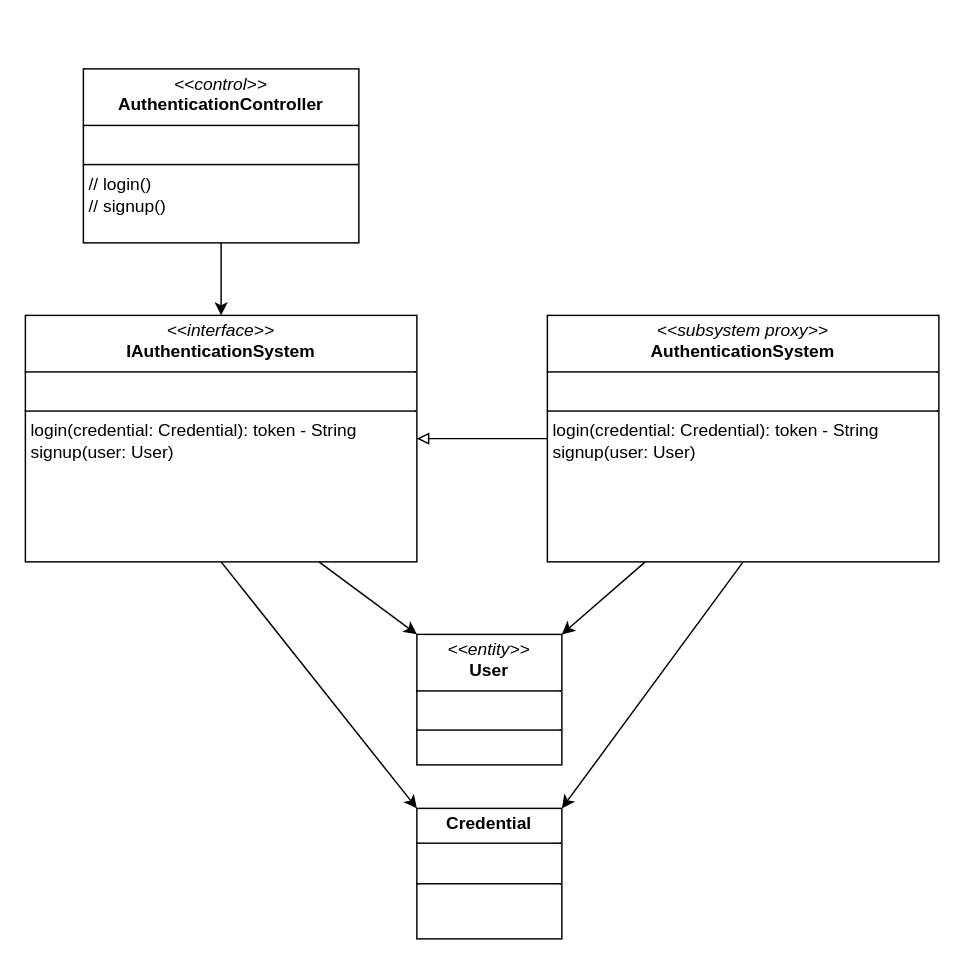
Above: authentication_subsystem.drawio in tenmo2003/OOAD (draw.io), before the change. Source tidied: cells renumbered, new cells numbered last; positions are measured from the earlier drawing's top-left corner, leaving out a move shared by most shapes. Both pictures are drawn from the tidied source at 145%, with x=0, y=0 at pixel (25, 68).
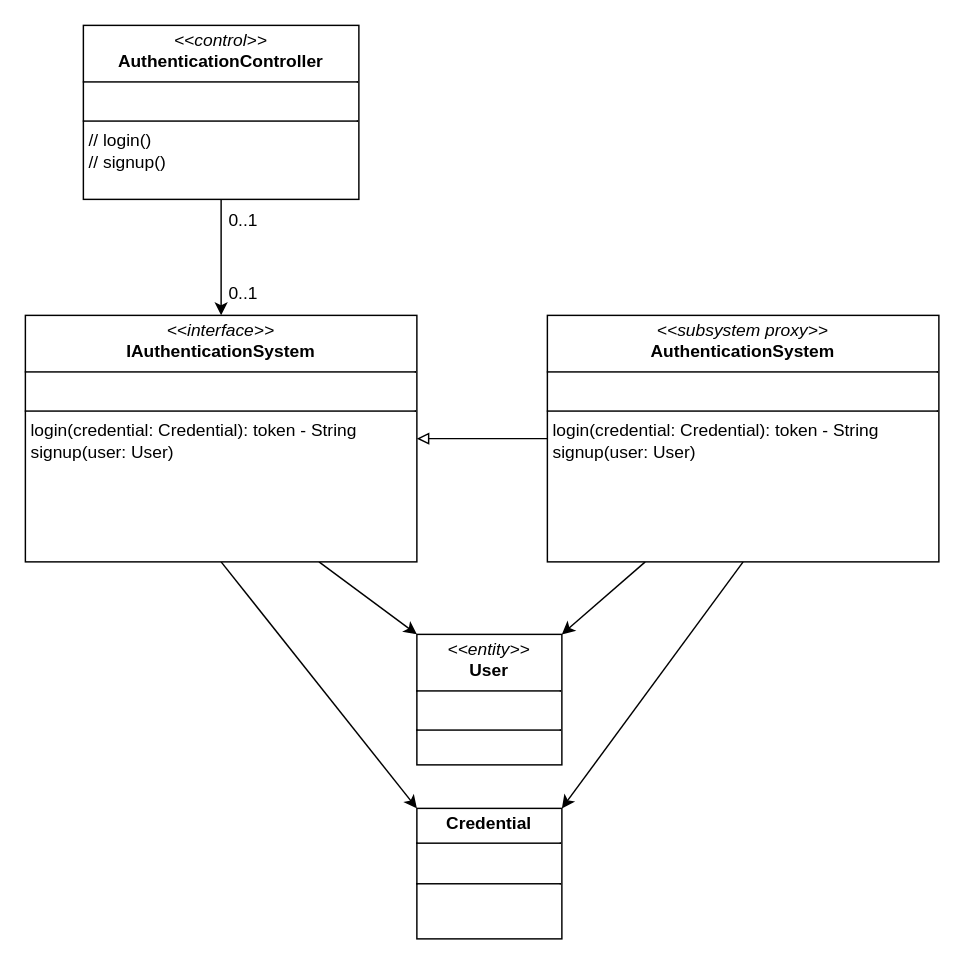
After the change.

What changed in the source:
```diff
@@
 <mxGraphModel>
   <root>
     <mxCell id="0" />
     <mxCell id="1" parent="0" />
     <mxCell id="2" style="edgeStyle=orthogonalEdgeStyle;rounded=0;jettySize=auto;html=1;exitX=0.5;exitY=1;exitDx=0;exitDy=0;entryX=0.5;entryY=0;entryDx=0;entryDy=0;" parent="1" edge="1" source="3" target="6">
       <mxGeometry relative="1" as="geometry" />
     </mxCell>
     <mxCell id="3" value="&lt;p style=&quot;margin:0px;margin-top:4px;text-align:center;&quot;&gt;&lt;i&gt;&amp;lt;&amp;lt;control&amp;gt;&amp;gt;&lt;/i&gt;&lt;br&gt;&lt;b&gt;AuthenticationController&lt;/b&gt;&lt;/p&gt;&lt;hr size=&quot;1&quot; style=&quot;border-style:solid;&quot;&gt;&lt;p style=&quot;margin:0px;margin-left:4px;&quot;&gt;&lt;br&gt;&lt;/p&gt;&lt;hr size=&quot;1&quot; style=&quot;border-style:solid;&quot;&gt;&lt;p style=&quot;margin:0px;margin-left:4px;&quot;&gt;// login()&lt;/p&gt;&lt;p style=&quot;margin:0px;margin-left:4px;&quot;&gt;// signup()&lt;/p&gt;" style="verticalAlign=top;align=left;overflow=fill;html=1;whiteSpace=wrap;" parent="1" vertex="1">
-      <mxGeometry x="40" width="190" height="120" as="geometry" />
+      <mxGeometry x="40" y="-30" width="190" height="120" as="geometry" />
     </mxCell>
     <mxCell id="4" style="rounded=0;jettySize=auto;html=1;exitX=0.75;exitY=1;exitDx=0;exitDy=0;entryX=0;entryY=0;entryDx=0;entryDy=0;" parent="1" edge="1" source="6" target="11">
       <mxGeometry relative="1" as="geometry" />
     </mxCell>
     <mxCell id="5" style="rounded=0;jettySize=auto;html=1;exitX=0.5;exitY=1;exitDx=0;exitDy=0;entryX=0;entryY=0;entryDx=0;entryDy=0;" parent="1" edge="1" source="6" target="12">
       <mxGeometry relative="1" as="geometry" />
     </mxCell>
     <mxCell id="6" value="&lt;p style=&quot;margin:0px;margin-top:4px;text-align:center;&quot;&gt;&lt;i&gt;&amp;lt;&amp;lt;interface&amp;gt;&amp;gt;&lt;/i&gt;&lt;br&gt;&lt;b&gt;IAuthenticationSystem&lt;/b&gt;&lt;/p&gt;&lt;hr size=&quot;1&quot; style=&quot;border-style:solid;&quot;&gt;&lt;p style=&quot;margin:0px;margin-left:4px;&quot;&gt;&lt;br&gt;&lt;/p&gt;&lt;hr size=&quot;1&quot; style=&quot;border-style:solid;&quot;&gt;&lt;p style=&quot;margin:0px;margin-left:4px;&quot;&gt;&lt;span id=&quot;selected_text&quot;&gt;&lt;/span&gt;login(credential: Credential): token - String&lt;/p&gt;&lt;p style=&quot;margin:0px;margin-left:4px;&quot;&gt;signup(user: User)&lt;/p&gt;" style="verticalAlign=top;align=left;overflow=fill;html=1;whiteSpace=wrap;" parent="1" vertex="1">
       <mxGeometry y="170" width="270" height="170" as="geometry" />
     </mxCell>
     <mxCell id="7" style="edgeStyle=orthogonalEdgeStyle;rounded=0;jettySize=auto;html=1;exitX=0;exitY=0.5;exitDx=0;exitDy=0;entryX=1;entryY=0.5;entryDx=0;entryDy=0;endArrow=block;endFill=0;strokeWidth=1;" parent="1" edge="1" source="10" target="6">
       <mxGeometry relative="1" as="geometry" />
     </mxCell>
     <mxCell id="8" style="rounded=0;jettySize=auto;html=1;exitX=0.25;exitY=1;exitDx=0;exitDy=0;entryX=1;entryY=0;entryDx=0;entryDy=0;" parent="1" edge="1" source="10" target="11">
       <mxGeometry relative="1" as="geometry" />
     </mxCell>
     <mxCell id="9" style="rounded=0;jettySize=auto;html=1;exitX=0.5;exitY=1;exitDx=0;exitDy=0;entryX=1;entryY=0;entryDx=0;entryDy=0;" parent="1" edge="1" source="10" target="12">
       <mxGeometry relative="1" as="geometry" />
     </mxCell>
     <mxCell id="10" value="&lt;p style=&quot;margin:0px;margin-top:4px;text-align:center;&quot;&gt;&lt;i&gt;&amp;lt;&amp;lt;subsystem proxy&amp;gt;&amp;gt;&lt;/i&gt;&lt;br&gt;&lt;b&gt;AuthenticationSystem&lt;/b&gt;&lt;/p&gt;&lt;hr size=&quot;1&quot; style=&quot;border-style:solid;&quot;&gt;&lt;p style=&quot;margin:0px;margin-left:4px;&quot;&gt;&lt;br&gt;&lt;/p&gt;&lt;hr size=&quot;1&quot; style=&quot;border-style:solid;&quot;&gt;&lt;p style=&quot;margin: 0px 0px 0px 4px;&quot;&gt;login(credential: Credential): token - String&lt;/p&gt;&lt;p style=&quot;margin: 0px 0px 0px 4px;&quot;&gt;signup(user: User)&lt;/p&gt;" style="verticalAlign=top;align=left;overflow=fill;html=1;whiteSpace=wrap;" parent="1" vertex="1">
       <mxGeometry x="360" y="170" width="270" height="170" as="geometry" />
     </mxCell>
     <mxCell id="11" value="&lt;p style=&quot;margin:0px;margin-top:4px;text-align:center;&quot;&gt;&lt;i&gt;&amp;lt;&amp;lt;entity&amp;gt;&amp;gt;&lt;/i&gt;&lt;br&gt;&lt;b&gt;User&lt;/b&gt;&lt;/p&gt;&lt;hr size=&quot;1&quot; style=&quot;border-style:solid;&quot;&gt;&lt;p style=&quot;margin:0px;margin-left:4px;&quot;&gt;&lt;br&gt;&lt;/p&gt;&lt;hr size=&quot;1&quot; style=&quot;border-style:solid;&quot;&gt;&lt;p style=&quot;margin:0px;margin-left:4px;&quot;&gt;&lt;br&gt;&lt;/p&gt;" style="verticalAlign=top;align=left;overflow=fill;html=1;whiteSpace=wrap;" parent="1" vertex="1">
       <mxGeometry x="270" y="390" width="100" height="90" as="geometry" />
     </mxCell>
     <mxCell id="12" value="&lt;p style=&quot;margin:0px;margin-top:4px;text-align:center;&quot;&gt;&lt;b&gt;Credential&lt;/b&gt;&lt;/p&gt;&lt;hr size=&quot;1&quot; style=&quot;border-style:solid;&quot;&gt;&lt;p style=&quot;margin:0px;margin-left:4px;&quot;&gt;&lt;br&gt;&lt;/p&gt;&lt;hr size=&quot;1&quot; style=&quot;border-style:solid;&quot;&gt;&lt;p style=&quot;margin:0px;margin-left:4px;&quot;&gt;&lt;br&gt;&lt;/p&gt;" style="verticalAlign=top;align=left;overflow=fill;html=1;whiteSpace=wrap;" parent="1" vertex="1">
       <mxGeometry x="270" y="510" width="100" height="90" as="geometry" />
     </mxCell>
+    <mxCell id="13" value="0..1" style="text;html=1;align=center;verticalAlign=middle;strokeColor=none;fillColor=none;" parent="1" vertex="1">
+      <mxGeometry x="130" y="90" width="40" height="30" as="geometry" />
+    </mxCell>
+    <mxCell id="14" value="0..1" style="text;html=1;align=center;verticalAlign=middle;strokeColor=none;fillColor=none;" parent="1" vertex="1">
+      <mxGeometry x="130" y="140" width="40" height="30" as="geometry" />
+    </mxCell>
   </root>
 </mxGraphModel>
```
